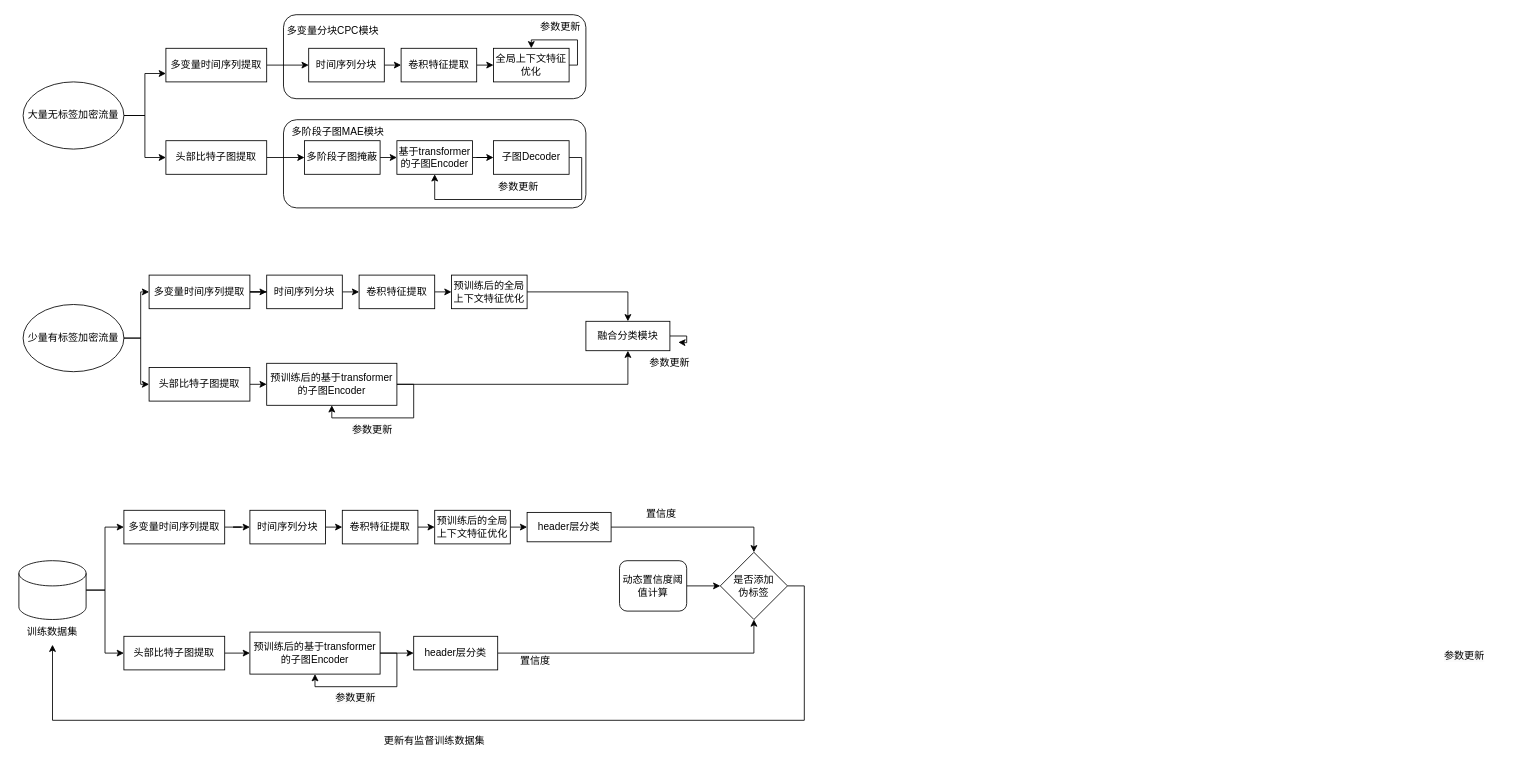
Earlier version of the draw.io diagram 未命名绘图.drawio (litchiz/idshwk2). Source tidied: cells renumbered, new cells numbered last; positions are measured from the earlier drawing's top-left corner, leaving out a move shared by most shapes. Both pictures are drawn from the tidied source at 84%, with x=0, y=0 at pixel (14, 14).
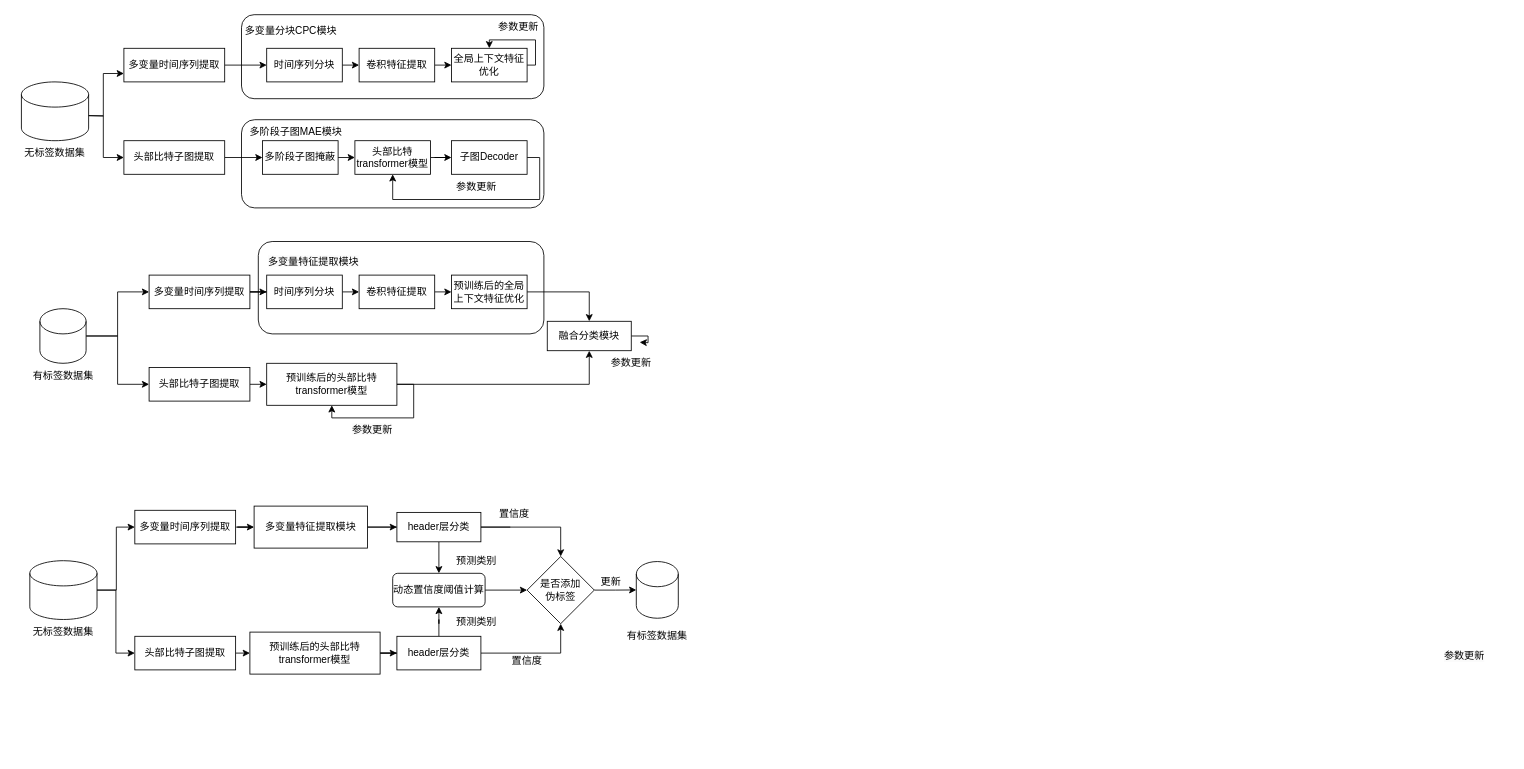
The same diagram, later.

The change refers to these unchanged cells:
```xml
<mxCell id="32" value="多变量时间序列提取" style="rounded=0;whiteSpace=wrap;html=1;" parent="1" vertex="1">
  <mxGeometry x="160" y="310" width="120" height="40" as="geometry" />
</mxCell>
<mxCell id="34" value="头部比特子图提取" style="rounded=0;whiteSpace=wrap;html=1;" parent="1" vertex="1">
  <mxGeometry x="160" y="420" width="120" height="40" as="geometry" />
</mxCell>
```

Change to the diagram source:
```diff
@@
+    <mxCell id="77" style="rounded=1;whiteSpace=wrap;html=1;" parent="1" vertex="1">
+      <mxGeometry x="290" y="270" width="340" height="110" as="geometry" />
+    </mxCell>
     <mxCell id="2" style="rounded=1;whiteSpace=wrap;html=1;" parent="1" vertex="1">
-      <mxGeometry x="320" y="125" width="360" height="105" as="geometry" />
+      <mxGeometry x="270" y="125" width="360" height="105" as="geometry" />
     </mxCell>
     <mxCell id="3" style="rounded=1;whiteSpace=wrap;html=1;" parent="1" vertex="1">
-      <mxGeometry x="320" width="360" height="100" as="geometry" />
+      <mxGeometry x="270" width="360" height="100" as="geometry" />
     </mxCell>
@@
     <mxCell id="5" value="多变量时间序列提取" style="rounded=0;whiteSpace=wrap;html=1;" parent="1" vertex="1">
-      <mxGeometry x="180" y="40" width="120" height="40" as="geometry" />
+      <mxGeometry x="130" y="40" width="120" height="40" as="geometry" />
     </mxCell>
-    <mxCell id="6" style="edgeStyle=orthogonalEdgeStyle;rounded=0;jettySize=auto;html=1;entryX=0;entryY=0.75;entryDx=0;entryDy=0;" parent="1" edge="1" source="8" target="5">
-      <mxGeometry relative="1" as="geometry" />
+    <mxCell id="6" style="edgeStyle=orthogonalEdgeStyle;rounded=0;jettySize=auto;html=1;entryX=0;entryY=0.75;entryDx=0;entryDy=0;" parent="1" edge="1" target="5">
+      <mxGeometry relative="1" as="geometry">
+        <mxPoint x="80" y="120" as="sourcePoint" />
+      </mxGeometry>
     </mxCell>
-    <mxCell id="7" style="edgeStyle=orthogonalEdgeStyle;rounded=0;jettySize=auto;html=1;entryX=0;entryY=0.5;entryDx=0;entryDy=0;" parent="1" edge="1" source="8" target="13">
-      <mxGeometry relative="1" as="geometry" />
+    <mxCell id="7" style="edgeStyle=orthogonalEdgeStyle;rounded=0;jettySize=auto;html=1;entryX=0;entryY=0.5;entryDx=0;entryDy=0;" parent="1" edge="1" target="13">
+      <mxGeometry relative="1" as="geometry">
+        <mxPoint x="80" y="120" as="sourcePoint" />
+      </mxGeometry>
     </mxCell>
-    <mxCell id="8" value="大量无标签加密流量" style="ellipse;whiteSpace=wrap;html=1;" parent="1" vertex="1">
-      <mxGeometry x="10" y="80" width="120" height="80" as="geometry" />
-    </mxCell>
-    <mxCell id="9" style="edgeStyle=orthogonalEdgeStyle;rounded=0;jettySize=auto;html=1;exitX=1;exitY=0.5;exitDx=0;exitDy=0;entryX=0;entryY=0.5;entryDx=0;entryDy=0;" parent="1" edge="1" source="11" target="32">
+    <mxCell id="9" style="edgeStyle=orthogonalEdgeStyle;rounded=0;jettySize=auto;html=1;exitX=1;exitY=0.5;exitDx=0;exitDy=0;entryX=0;entryY=0.5;entryDx=0;entryDy=0;exitPerimeter=0;" parent="1" edge="1" source="85" target="32">
       <mxGeometry relative="1" as="geometry" />
     </mxCell>
-    <mxCell id="10" style="edgeStyle=orthogonalEdgeStyle;rounded=0;jettySize=auto;html=1;entryX=0;entryY=0.5;entryDx=0;entryDy=0;" parent="1" edge="1" source="11" target="34">
+    <mxCell id="10" style="edgeStyle=orthogonalEdgeStyle;rounded=0;jettySize=auto;html=1;entryX=0;entryY=0.5;entryDx=0;entryDy=0;exitX=1;exitY=0.5;exitDx=0;exitDy=0;exitPerimeter=0;" parent="1" edge="1" source="85" target="34">
       <mxGeometry relative="1" as="geometry" />
     </mxCell>
-    <mxCell id="11" value="少量有标签加密流量" style="ellipse;whiteSpace=wrap;html=1;" parent="1" vertex="1">
-      <mxGeometry x="10" y="345" width="120" height="80" as="geometry" />
-    </mxCell>
@@
     <mxCell id="13" value="头部比特子图提取" style="rounded=0;whiteSpace=wrap;html=1;" parent="1" vertex="1">
-      <mxGeometry x="180" y="150" width="120" height="40" as="geometry" />
+      <mxGeometry x="130" y="150" width="120" height="40" as="geometry" />
     </mxCell>
@@
     <mxCell id="15" value="卷积特征提取" style="rounded=0;whiteSpace=wrap;html=1;" parent="1" vertex="1">
-      <mxGeometry x="460" y="40" width="90" height="40" as="geometry" />
+      <mxGeometry x="410" y="40" width="90" height="40" as="geometry" />
     </mxCell>
     <mxCell id="16" style="edgeStyle=orthogonalEdgeStyle;rounded=0;orthogonalLoop=1;jettySize=auto;html=1;exitX=1;exitY=0.5;exitDx=0;exitDy=0;entryX=0.5;entryY=0;entryDx=0;entryDy=0;" parent="1" edge="1" source="17" target="17">
       <mxGeometry relative="1" as="geometry">
         <Array as="points">
-          <mxPoint x="670" y="60" />
-          <mxPoint x="670" y="30" />
-          <mxPoint x="615" y="30" />
+          <mxPoint x="620" y="60" />
+          <mxPoint x="620" y="30" />
+          <mxPoint x="565" y="30" />
         </Array>
       </mxGeometry>
     </mxCell>
     <mxCell id="17" value="全局上下文特征优化" style="rounded=0;whiteSpace=wrap;html=1;" parent="1" vertex="1">
-      <mxGeometry x="570" y="40" width="90" height="40" as="geometry" />
+      <mxGeometry x="520" y="40" width="90" height="40" as="geometry" />
     </mxCell>
@@
     <mxCell id="19" value="时间序列分块" style="rounded=0;whiteSpace=wrap;html=1;" parent="1" vertex="1">
-      <mxGeometry x="350" y="40" width="90" height="40" as="geometry" />
+      <mxGeometry x="300" y="40" width="90" height="40" as="geometry" />
     </mxCell>
     <mxCell id="20" value="参数更新" style="text;html=1;align=center;verticalAlign=middle;whiteSpace=wrap;rounded=0;" parent="1" vertex="1">
-      <mxGeometry x="620" width="60" height="30" as="geometry" />
+      <mxGeometry x="570" width="60" height="30" as="geometry" />
     </mxCell>
     <mxCell id="21" value="多变量分块CPC模块" style="text;html=1;align=center;verticalAlign=middle;whiteSpace=wrap;rounded=0;" parent="1" vertex="1">
-      <mxGeometry x="323" y="5" width="112" height="30" as="geometry" />
+      <mxGeometry x="273" y="5" width="112" height="30" as="geometry" />
     </mxCell>
@@
-    <mxCell id="23" value="基于transformer的子图Encoder" style="rounded=0;whiteSpace=wrap;html=1;" parent="1" vertex="1">
-      <mxGeometry x="455" y="150" width="90" height="40" as="geometry" />
+    <mxCell id="23" value="头部比特transformer模型" style="rounded=0;whiteSpace=wrap;html=1;" parent="1" vertex="1">
+      <mxGeometry x="405" y="150" width="90" height="40" as="geometry" />
     </mxCell>
@@
     <mxCell id="25" value="多阶段子图掩蔽" style="rounded=0;whiteSpace=wrap;html=1;" parent="1" vertex="1">
-      <mxGeometry x="345" y="150" width="90" height="40" as="geometry" />
+      <mxGeometry x="295" y="150" width="90" height="40" as="geometry" />
     </mxCell>
     <mxCell id="26" style="edgeStyle=orthogonalEdgeStyle;rounded=0;jettySize=auto;html=1;exitX=1;exitY=0.5;exitDx=0;exitDy=0;entryX=0.5;entryY=1;entryDx=0;entryDy=0;" parent="1" edge="1" source="27" target="23">
       <mxGeometry relative="1" as="geometry">
         <Array as="points">
-          <mxPoint x="675" y="170" />
-          <mxPoint x="675" y="220" />
-          <mxPoint x="500" y="220" />
+          <mxPoint x="625" y="170" />
+          <mxPoint x="625" y="220" />
+          <mxPoint x="450" y="220" />
         </Array>
       </mxGeometry>
     </mxCell>
     <mxCell id="27" value="子图Decoder" style="rounded=0;whiteSpace=wrap;html=1;" parent="1" vertex="1">
-      <mxGeometry x="570" y="150" width="90" height="40" as="geometry" />
+      <mxGeometry x="520" y="150" width="90" height="40" as="geometry" />
     </mxCell>
@@
     <mxCell id="29" value="多阶段子图MAE模块" style="text;html=1;align=center;verticalAlign=middle;whiteSpace=wrap;rounded=0;" parent="1" vertex="1">
-      <mxGeometry x="320" y="125" width="130" height="30" as="geometry" />
+      <mxGeometry x="270" y="125" width="130" height="30" as="geometry" />
     </mxCell>
     <mxCell id="30" value="参数更新" style="text;html=1;align=center;verticalAlign=middle;whiteSpace=wrap;rounded=0;" parent="1" vertex="1">
-      <mxGeometry x="570" y="190" width="60" height="30" as="geometry" />
+      <mxGeometry x="520" y="190" width="60" height="30" as="geometry" />
     </mxCell>
@@
-    <mxCell id="42" value="预训练后的基于transformer的子图Encoder" style="rounded=0;whiteSpace=wrap;html=1;" parent="1" vertex="1">
+    <mxCell id="42" value="预训练后的头部比特transformer模型" style="rounded=0;whiteSpace=wrap;html=1;" parent="1" vertex="1">
       <mxGeometry x="300" y="415" width="155" height="50" as="geometry" />
     </mxCell>
     <mxCell id="43" style="edgeStyle=orthogonalEdgeStyle;rounded=0;jettySize=auto;html=1;" parent="1" edge="1" source="44">
       <mxGeometry relative="1" as="geometry">
-        <mxPoint x="790" y="390" as="targetPoint" />
+        <mxPoint x="744" y="390" as="targetPoint" />
       </mxGeometry>
     </mxCell>
     <mxCell id="44" value="融合分类模块" style="rounded=0;whiteSpace=wrap;html=1;" parent="1" vertex="1">
-      <mxGeometry x="680" y="365" width="100" height="35" as="geometry" />
+      <mxGeometry x="634" y="365" width="100" height="35" as="geometry" />
     </mxCell>
     <mxCell id="45" value="参数更新" style="text;html=1;align=center;verticalAlign=middle;whiteSpace=wrap;rounded=0;" parent="1" vertex="1">
-      <mxGeometry x="750" y="400" width="60" height="30" as="geometry" />
+      <mxGeometry x="704" y="400" width="60" height="30" as="geometry" />
     </mxCell>
@@
     <mxCell id="48" style="edgeStyle=orthogonalEdgeStyle;rounded=0;jettySize=auto;html=1;exitX=1;exitY=0.5;exitDx=0;exitDy=0;exitPerimeter=0;entryX=0;entryY=0.5;entryDx=0;entryDy=0;" parent="1" edge="1" source="50" target="53">
-      <mxGeometry relative="1" as="geometry" />
+      <mxGeometry relative="1" as="geometry">
+        <Array as="points">
+          <mxPoint x="121" y="685" />
+          <mxPoint x="121" y="610" />
+        </Array>
+      </mxGeometry>
     </mxCell>
@@
     <mxCell id="50" style="shape=cylinder3;whiteSpace=wrap;html=1;boundedLbl=1;backgroundOutline=1;size=15;" parent="1" vertex="1">
-      <mxGeometry x="5" y="650" width="80" height="70" as="geometry" />
+      <mxGeometry x="18" y="650" width="80" height="70" as="geometry" />
     </mxCell>
-    <mxCell id="51" value="训练数据集" style="text;html=1;align=center;verticalAlign=middle;whiteSpace=wrap;rounded=0;" parent="1" vertex="1">
-      <mxGeometry y="720" width="90" height="30" as="geometry" />
+    <mxCell id="51" value="无标签数据集" style="text;html=1;align=center;verticalAlign=middle;whiteSpace=wrap;rounded=0;" parent="1" vertex="1">
+      <mxGeometry x="13" y="720" width="90" height="30" as="geometry" />
     </mxCell>
-    <mxCell id="52" style="edgeStyle=orthogonalEdgeStyle;rounded=0;jettySize=auto;html=1;entryX=0;entryY=0.5;entryDx=0;entryDy=0;" parent="1" edge="1" source="53" target="61">
+    <mxCell id="52" style="edgeStyle=orthogonalEdgeStyle;rounded=0;jettySize=auto;html=1;entryX=0;entryY=0.5;entryDx=0;entryDy=0;" parent="1" edge="1" source="53" target="82">
       <mxGeometry relative="1" as="geometry" />
     </mxCell>
     <mxCell id="53" value="多变量时间序列提取" style="rounded=0;whiteSpace=wrap;html=1;" parent="1" vertex="1">
-      <mxGeometry x="130" y="590" width="120" height="40" as="geometry" />
+      <mxGeometry x="143" y="590" width="120" height="40" as="geometry" />
     </mxCell>
@@
     <mxCell id="55" value="头部比特子图提取" style="rounded=0;whiteSpace=wrap;html=1;" parent="1" vertex="1">
-      <mxGeometry x="130" y="740" width="120" height="40" as="geometry" />
+      <mxGeometry x="143" y="740" width="120" height="40" as="geometry" />
     </mxCell>
-    <mxCell id="56" style="edgeStyle=orthogonalEdgeStyle;rounded=0;jettySize=auto;html=1;exitX=1;exitY=0.5;exitDx=0;exitDy=0;entryX=0;entryY=0.5;entryDx=0;entryDy=0;" parent="1" edge="1" source="57" target="59">
-      <mxGeometry relative="1" as="geometry" />
-    </mxCell>
-    <mxCell id="57" value="卷积特征提取" style="rounded=0;whiteSpace=wrap;html=1;" parent="1" vertex="1">
-      <mxGeometry x="390" y="590" width="90" height="40" as="geometry" />
-    </mxCell>
-    <mxCell id="58" style="edgeStyle=orthogonalEdgeStyle;rounded=0;jettySize=auto;html=1;exitX=1;exitY=0.5;exitDx=0;exitDy=0;entryX=0;entryY=0.5;entryDx=0;entryDy=0;" parent="1" edge="1" source="59" target="65">
-      <mxGeometry relative="1" as="geometry" />
+    <mxCell id="58" style="edgeStyle=orthogonalEdgeStyle;rounded=0;jettySize=auto;html=1;exitX=1;exitY=0.5;exitDx=0;exitDy=0;entryX=0;entryY=0.5;entryDx=0;entryDy=0;" parent="1" edge="1" target="65">
+      <mxGeometry relative="1" as="geometry">
+        <mxPoint x="590" y="610" as="sourcePoint" />
+        <Array as="points">
+          <mxPoint x="400" y="610" />
+          <mxPoint x="400" y="610" />
+        </Array>
+      </mxGeometry>
     </mxCell>
-    <mxCell id="59" value="预训练后的全局上下文特征优化" style="rounded=0;whiteSpace=wrap;html=1;" parent="1" vertex="1">
-      <mxGeometry x="500" y="590" width="90" height="40" as="geometry" />
-    </mxCell>
-    <mxCell id="60" style="edgeStyle=orthogonalEdgeStyle;rounded=0;jettySize=auto;html=1;exitX=1;exitY=0.5;exitDx=0;exitDy=0;entryX=0;entryY=0.5;entryDx=0;entryDy=0;" parent="1" edge="1" source="61" target="57">
-      <mxGeometry relative="1" as="geometry" />
-    </mxCell>
-    <mxCell id="61" value="时间序列分块" style="rounded=0;whiteSpace=wrap;html=1;" parent="1" vertex="1">
-      <mxGeometry x="280" y="590" width="90" height="40" as="geometry" />
-    </mxCell>
@@
-    <mxCell id="63" value="预训练后的基于transformer的子图Encoder" style="rounded=0;whiteSpace=wrap;html=1;" parent="1" vertex="1">
+    <mxCell id="63" value="预训练后的头部比特transformer模型" style="rounded=0;whiteSpace=wrap;html=1;" parent="1" vertex="1">
       <mxGeometry x="280" y="735" width="155" height="50" as="geometry" />
     </mxCell>
@@
+    <mxCell id="78" style="edgeStyle=orthogonalEdgeStyle;rounded=0;jettySize=auto;html=1;exitX=0.5;exitY=1;exitDx=0;exitDy=0;entryX=0.5;entryY=0;entryDx=0;entryDy=0;" parent="1" edge="1" source="65" target="73">
+      <mxGeometry relative="1" as="geometry" />
+    </mxCell>
     <mxCell id="65" value="header层分类" style="rounded=0;whiteSpace=wrap;html=1;" parent="1" vertex="1">
-      <mxGeometry x="610" y="592.5" width="100" height="35" as="geometry" />
+      <mxGeometry x="455" y="592.5" width="100" height="35" as="geometry" />
     </mxCell>
-    <mxCell id="66" style="edgeStyle=orthogonalEdgeStyle;rounded=0;orthogonalLoop=1;jettySize=auto;html=1;entryX=0.5;entryY=1;entryDx=0;entryDy=0;exitX=1;exitY=0.5;exitDx=0;exitDy=0;" parent="1" edge="1" source="63" target="63">
-      <mxGeometry relative="1" as="geometry">
-        <Array as="points">
-          <mxPoint x="455" y="760" />
-          <mxPoint x="455" y="800" />
-          <mxPoint x="358" y="800" />
-        </Array>
-      </mxGeometry>
-    </mxCell>
-    <mxCell id="67" value="&lt;span style=&quot;color: rgb(0, 0, 0); font-family: Helvetica; font-size: 12px; font-style: normal; font-variant-ligatures: normal; font-variant-caps: normal; font-weight: 400; letter-spacing: normal; orphans: 2; text-align: center; text-indent: 0px; text-transform: none; widows: 2; word-spacing: 0px; -webkit-text-stroke-width: 0px; white-space: normal; background-color: rgb(251, 251, 251); text-decoration-thickness: initial; text-decoration-style: initial; text-decoration-color: initial; display: inline !important; float: none;&quot;&gt;参数更新&lt;/span&gt;" style="text;whiteSpace=wrap;html=1;" parent="1" vertex="1">
-      <mxGeometry x="380" y="800" width="80" height="40" as="geometry" />
-    </mxCell>
@@
+    <mxCell id="79" style="edgeStyle=orthogonalEdgeStyle;rounded=0;jettySize=auto;html=1;entryX=0.5;entryY=1;entryDx=0;entryDy=0;" parent="1" edge="1" source="69" target="73">
+      <mxGeometry relative="1" as="geometry" />
+    </mxCell>
     <mxCell id="69" value="header层分类" style="rounded=0;whiteSpace=wrap;html=1;" parent="1" vertex="1">
-      <mxGeometry x="475" y="740" width="100" height="40" as="geometry" />
+      <mxGeometry x="455" y="740" width="100" height="40" as="geometry" />
     </mxCell>
     <mxCell id="70" value="置信度" style="text;html=1;align=center;verticalAlign=middle;whiteSpace=wrap;rounded=0;" parent="1" vertex="1">
-      <mxGeometry x="580" y="755" width="80" height="30" as="geometry" />
+      <mxGeometry x="570" y="755" width="80" height="30" as="geometry" />
     </mxCell>
     <mxCell id="71" value="置信度" style="text;html=1;align=center;verticalAlign=middle;whiteSpace=wrap;rounded=0;" parent="1" vertex="1">
-      <mxGeometry x="730" y="580" width="80" height="30" as="geometry" />
+      <mxGeometry x="555" y="580" width="80" height="30" as="geometry" />
     </mxCell>
@@
     <mxCell id="73" value="动态置信度阈值计算" style="rounded=1;whiteSpace=wrap;html=1;" parent="1" vertex="1">
-      <mxGeometry x="720" y="650" width="80" height="60" as="geometry" />
+      <mxGeometry x="450" y="665" width="110" height="40" as="geometry" />
     </mxCell>
-    <mxCell id="74" style="edgeStyle=orthogonalEdgeStyle;rounded=0;jettySize=auto;html=1;exitX=1;exitY=0.5;exitDx=0;exitDy=0;entryX=0.5;entryY=1;entryDx=0;entryDy=0;" parent="1" edge="1" source="75" target="51">
-      <mxGeometry relative="1" as="geometry">
-        <Array as="points">
-          <mxPoint x="940" y="680" />
-          <mxPoint x="940" y="840" />
-          <mxPoint x="45" y="840" />
-        </Array>
-      </mxGeometry>
-    </mxCell>
+    <mxCell id="80" style="edgeStyle=orthogonalEdgeStyle;rounded=0;jettySize=auto;html=1;" parent="1" edge="1" source="75" target="83">
+      <mxGeometry relative="1" as="geometry" />
+    </mxCell>
     <mxCell id="75" value="是否添加&lt;div&gt;伪标签&lt;/div&gt;" style="rhombus;whiteSpace=wrap;html=1;" parent="1" vertex="1">
-      <mxGeometry x="840" y="640" width="80" height="80" as="geometry" />
+      <mxGeometry x="610" y="645" width="80" height="80" as="geometry" />
     </mxCell>
-    <mxCell id="76" value="更新有监督训练数据集" style="text;html=1;align=center;verticalAlign=middle;whiteSpace=wrap;rounded=0;" parent="1" vertex="1">
-      <mxGeometry x="430" y="850" width="140" height="30" as="geometry" />
+    <mxCell id="76" value="更新" style="text;html=1;align=center;verticalAlign=middle;whiteSpace=wrap;rounded=0;" parent="1" vertex="1">
+      <mxGeometry x="640" y="660" width="140" height="30" as="geometry" />
     </mxCell>
+    <mxCell id="81" value="&lt;span style=&quot;color: rgb(0, 0, 0); font-family: Helvetica; font-size: 12px; font-style: normal; font-variant-ligatures: normal; font-variant-caps: normal; font-weight: 400; letter-spacing: normal; orphans: 2; text-align: center; text-indent: 0px; text-transform: none; widows: 2; word-spacing: 0px; -webkit-text-stroke-width: 0px; white-space: normal; background-color: rgb(251, 251, 251); text-decoration-thickness: initial; text-decoration-style: initial; text-decoration-color: initial; display: inline !important; float: none;&quot;&gt;多变量特征提取模块&lt;/span&gt;" style="text;whiteSpace=wrap;html=1;" parent="1" vertex="1">
+      <mxGeometry x="300" y="280" width="180" height="40" as="geometry" />
+    </mxCell>
+    <mxCell id="82" value="多变量特征提取模块" style="rounded=0;whiteSpace=wrap;html=1;" parent="1" vertex="1">
+      <mxGeometry x="285" y="585" width="135" height="50" as="geometry" />
+    </mxCell>
+    <mxCell id="83" style="shape=cylinder3;whiteSpace=wrap;html=1;boundedLbl=1;backgroundOutline=1;size=15;" parent="1" vertex="1">
+      <mxGeometry x="740" y="651" width="50" height="67.5" as="geometry" />
+    </mxCell>
+    <mxCell id="84" value="有标签数据集" style="text;html=1;align=center;verticalAlign=middle;whiteSpace=wrap;rounded=0;" parent="1" vertex="1">
+      <mxGeometry x="720" y="725" width="90" height="30" as="geometry" />
+    </mxCell>
+    <mxCell id="85" style="shape=cylinder3;whiteSpace=wrap;html=1;boundedLbl=1;backgroundOutline=1;size=15;" parent="1" vertex="1">
+      <mxGeometry x="30" y="350" width="55" height="65" as="geometry" />
+    </mxCell>
+    <mxCell id="86" value="有标签数据集" style="text;html=1;align=center;verticalAlign=middle;whiteSpace=wrap;rounded=0;" parent="1" vertex="1">
+      <mxGeometry x="12.5" y="415" width="90" height="30" as="geometry" />
+    </mxCell>
+    <mxCell id="87" value="预测类别" style="text;html=1;align=center;verticalAlign=middle;whiteSpace=wrap;rounded=0;" parent="1" vertex="1">
+      <mxGeometry x="520" y="635" width="60" height="30" as="geometry" />
+    </mxCell>
+    <mxCell id="88" value="预测类别" style="text;html=1;align=center;verticalAlign=middle;whiteSpace=wrap;rounded=0;" parent="1" vertex="1">
+      <mxGeometry x="520" y="707.5" width="60" height="30" as="geometry" />
+    </mxCell>
+    <mxCell id="89" style="shape=cylinder3;whiteSpace=wrap;html=1;boundedLbl=1;backgroundOutline=1;size=15;" parent="1" vertex="1">
+      <mxGeometry x="8" y="80" width="80" height="70" as="geometry" />
+    </mxCell>
+    <mxCell id="90" value="无标签数据集" style="text;html=1;align=center;verticalAlign=middle;whiteSpace=wrap;rounded=0;" parent="1" vertex="1">
+      <mxGeometry x="3" y="150" width="90" height="30" as="geometry" />
+    </mxCell>
```
